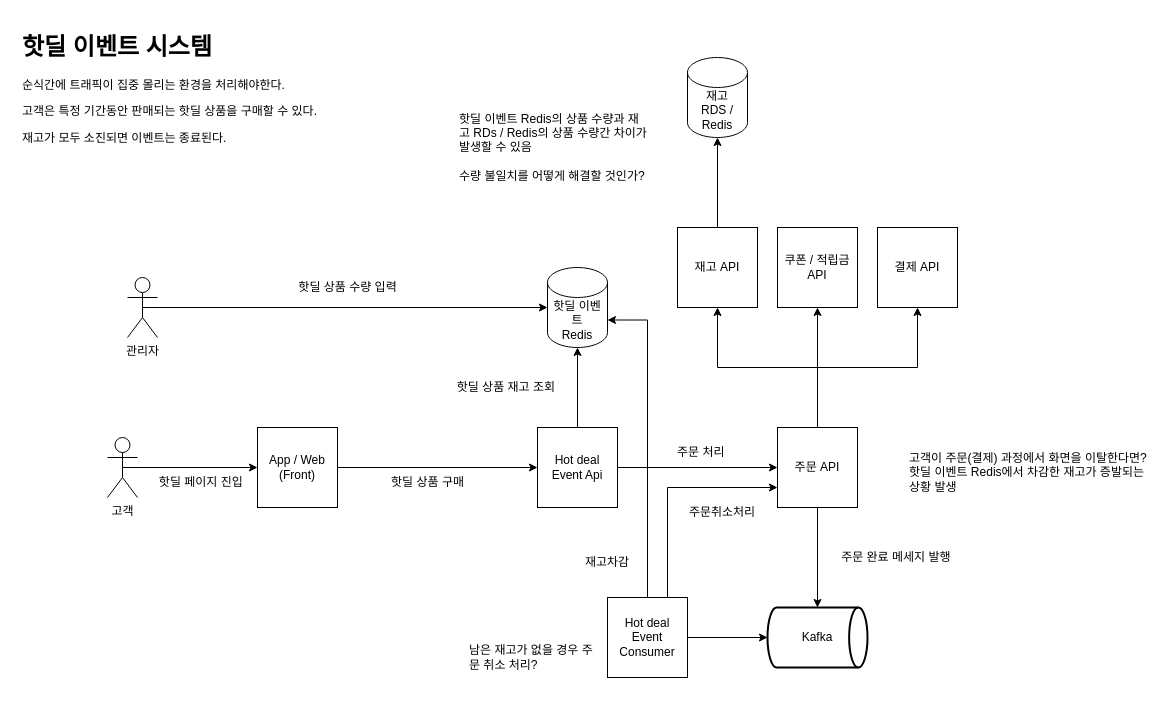
junho3/practice-system-design keeps this draw.io diagram as drawio/핫딜_이벤트_시스템.drawio. Above is the earlier version. Source tidied: cells renumbered, new cells numbered last; positions are measured from the earlier drawing's top-left corner, leaving out a move shared by most shapes. Both pictures are drawn from the tidied source at 100%, with x=0, y=0 at pixel (17, 27).
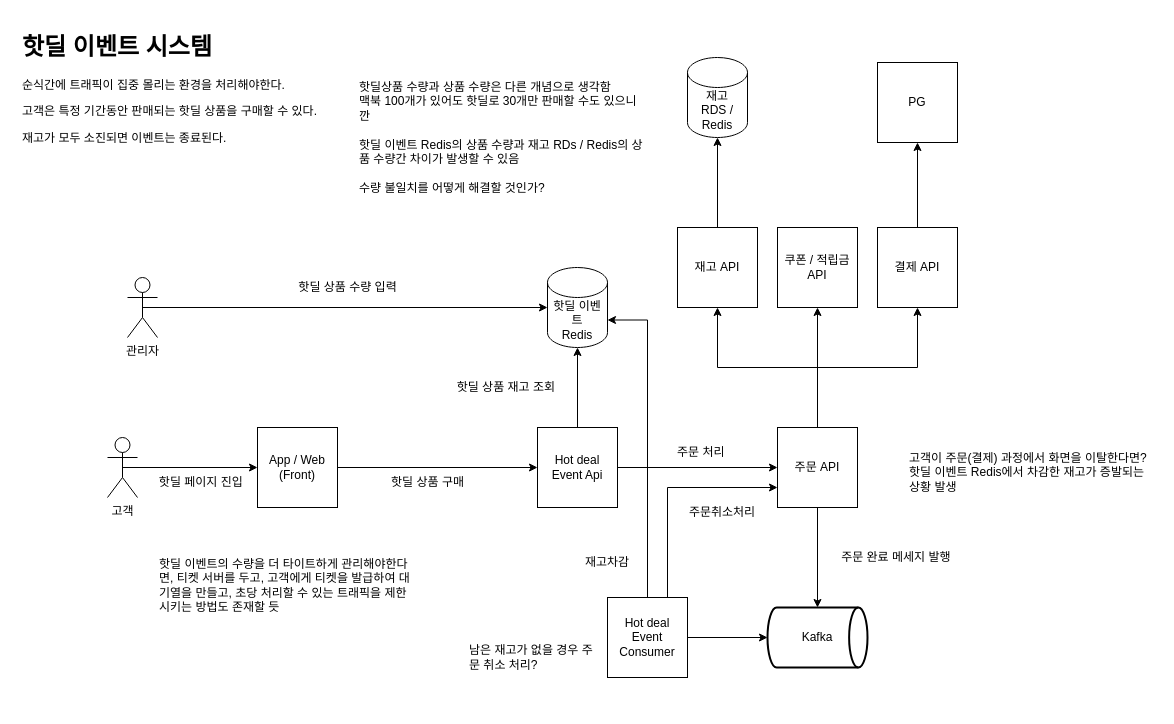
Above is the later version.

Commit message:
핫딜_이벤트_시스템.drawio 업데이트

The change refers to these unchanged cells:
```xml
<mxCell id="22" value="결제 API" style="whiteSpace=wrap;html=1;" parent="1" vertex="1">
  <mxGeometry x="860" y="200" width="80" height="80" as="geometry" />
</mxCell>
```

Change to the diagram source:
```diff
@@
+    <mxCell id="39" style="edgeStyle=orthogonalEdgeStyle;rounded=0;jettySize=auto;html=1;exitX=0.5;exitY=0;exitDx=0;exitDy=0;entryX=0.5;entryY=1;entryDx=0;entryDy=0;" parent="1" edge="1" source="22" target="40">
+      <mxGeometry relative="1" as="geometry" />
+    </mxCell>
@@
-    <mxCell id="28" value="핫딜 이벤트 Redis의 상품 수량과 재고 RDs / Redis의 상품 수량간 차이가 발생할 수 있음&lt;br&gt;&lt;br&gt;수량 불일치를 어떻게 해결할 것인가?" style="text;html=1;strokeColor=none;fillColor=none;align=left;verticalAlign=middle;whiteSpace=wrap;rounded=0;" parent="1" vertex="1">
-      <mxGeometry x="440" y="70" width="190" height="100" as="geometry" />
+    <mxCell id="28" value="핫딜상품 수량과 상품 수량은 다른 개념으로 생각함&lt;br&gt;맥북 100개가 있어도 핫딜로 30개만 판매할 수도 있으니깐&lt;br&gt;&lt;br&gt;핫딜 이벤트 Redis의 상품 수량과 재고 RDs / Redis의 상품 수량간 차이가 발생할 수 있음&lt;br&gt;&lt;br&gt;수량 불일치를 어떻게 해결할 것인가?" style="text;html=1;strokeColor=none;fillColor=none;align=left;verticalAlign=middle;whiteSpace=wrap;rounded=0;" parent="1" vertex="1">
+      <mxGeometry x="340" y="50" width="290" height="120" as="geometry" />
     </mxCell>
@@
+    <mxCell id="40" value="PG" style="whiteSpace=wrap;html=1;" parent="1" vertex="1">
+      <mxGeometry x="860" y="35" width="80" height="80" as="geometry" />
+    </mxCell>
+    <mxCell id="41" value="핫딜 이벤트의 수량을 더 타이트하게 관리해야한다면, 티켓 서버를 두고, 고객에게 티켓을 발급하여 대기열을 만들고, 초당 처리할 수 있는 트래픽을 제한시키는 방법도 존재할 듯" style="text;html=1;strokeColor=none;fillColor=none;align=left;verticalAlign=middle;whiteSpace=wrap;rounded=0;" parent="1" vertex="1">
+      <mxGeometry x="140" y="515" width="260" height="85" as="geometry" />
+    </mxCell>
```
